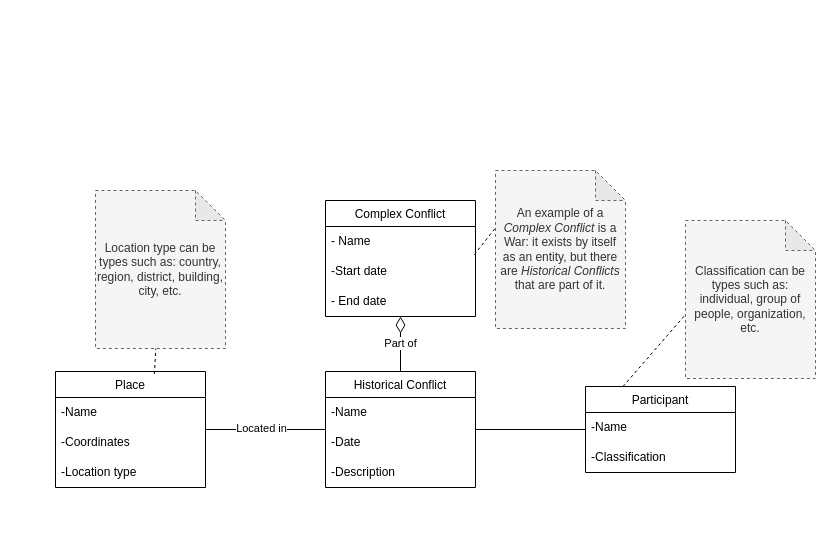
This is page "DomainModel" (3 of 3) of documentation/umls.drawio from DinisSousa2003/Historical-Events-Search-Engine, a draw.io file, before an edit. Source tidied: cells renumbered, new cells numbered last; positions are measured from the earlier drawing's top-left corner, leaving out a move shared by most shapes. Both pictures are drawn from the tidied source at 100%, with x=0, y=0 at pixel (55, 170).
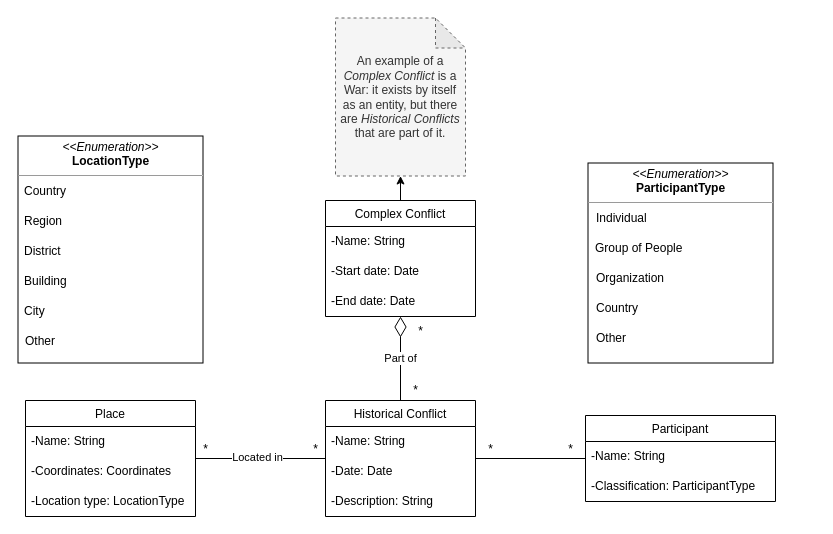
Above is the later version.

Unchanged cells that the change refers to:
```xml
<mxCell id="11" value="Complex Conflict" style="swimlane;fontStyle=0;align=center;verticalAlign=top;horizontal=1;startSize=26;rounded=0;shadow=0;strokeWidth=1;" parent="1" vertex="1">
  <mxGeometry x="270" y="30" width="150" height="116" as="geometry" />
</mxCell>
```

Change to the diagram source:
```diff
@@
-    <mxCell id="3" value="Part of" style="edgeStyle=orthogonalEdgeStyle;rounded=0;jettySize=auto;html=1;entryX=0.5;entryY=1;entryDx=0;entryDy=0;endArrow=diamondThin;endFill=0;strokeWidth=1;endSize=14;" parent="1" edge="1" source="4" target="11">
+    <mxCell id="3" value="Part of" style="edgeStyle=orthogonalEdgeStyle;rounded=0;jettySize=auto;html=1;entryX=0.5;entryY=1;entryDx=0;entryDy=0;endArrow=diamondThin;endFill=0;strokeWidth=1;endSize=18;" parent="1" edge="1" source="4" target="11">
       <mxGeometry relative="1" as="geometry" />
     </mxCell>
     <mxCell id="4" value="Historical Conflict" style="swimlane;fontStyle=0;align=center;verticalAlign=top;horizontal=1;startSize=26;rounded=0;shadow=0;strokeWidth=1;" parent="1" vertex="1">
-      <mxGeometry x="270" y="201" width="150" height="116" as="geometry" />
+      <mxGeometry x="270" y="230" width="150" height="116" as="geometry" />
     </mxCell>
-    <mxCell id="5" value="-Name" style="text;strokeColor=none;fillColor=none;align=left;verticalAlign=middle;spacingLeft=4;spacingRight=4;overflow=hidden;whiteSpace=wrap;html=1;" parent="4" vertex="1">
+    <mxCell id="5" value="-Name: String" style="text;strokeColor=none;fillColor=none;align=left;verticalAlign=middle;spacingLeft=4;spacingRight=4;overflow=hidden;whiteSpace=wrap;html=1;" parent="4" vertex="1">
       <mxGeometry y="26" width="150" height="30" as="geometry" />
     </mxCell>
-    <mxCell id="6" value="-Date" style="text;strokeColor=none;fillColor=none;align=left;verticalAlign=middle;spacingLeft=4;spacingRight=4;overflow=hidden;whiteSpace=wrap;html=1;" parent="4" vertex="1">
+    <mxCell id="6" value="-Date: Date" style="text;strokeColor=none;fillColor=none;align=left;verticalAlign=middle;spacingLeft=4;spacingRight=4;overflow=hidden;whiteSpace=wrap;html=1;" parent="4" vertex="1">
       <mxGeometry y="56" width="150" height="30" as="geometry" />
     </mxCell>
-    <mxCell id="7" value="-Description" style="text;strokeColor=none;fillColor=none;align=left;verticalAlign=middle;spacingLeft=4;spacingRight=4;overflow=hidden;whiteSpace=wrap;html=1;" parent="4" vertex="1">
+    <mxCell id="7" value="-Description: String" style="text;strokeColor=none;fillColor=none;align=left;verticalAlign=middle;spacingLeft=4;spacingRight=4;overflow=hidden;whiteSpace=wrap;html=1;" parent="4" vertex="1">
       <mxGeometry y="86" width="150" height="30" as="geometry" />
     </mxCell>
     <mxCell id="8" value="Participant" style="swimlane;fontStyle=0;align=center;verticalAlign=top;horizontal=1;startSize=26;rounded=0;shadow=0;strokeWidth=1;" parent="1" vertex="1">
-      <mxGeometry x="530" y="216" width="150" height="86" as="geometry" />
+      <mxGeometry x="530" y="245" width="190" height="86" as="geometry" />
     </mxCell>
-    <mxCell id="9" value="-Name" style="text;strokeColor=none;fillColor=none;align=left;verticalAlign=middle;spacingLeft=4;spacingRight=4;overflow=hidden;whiteSpace=wrap;html=1;" parent="8" vertex="1">
-      <mxGeometry y="26" width="150" height="30" as="geometry" />
+    <mxCell id="9" value="-Name: String" style="text;strokeColor=none;fillColor=none;align=left;verticalAlign=middle;spacingLeft=4;spacingRight=4;overflow=hidden;whiteSpace=wrap;html=1;" parent="8" vertex="1">
+      <mxGeometry y="26" width="190" height="30" as="geometry" />
     </mxCell>
-    <mxCell id="10" value="-Classification" style="text;strokeColor=none;fillColor=none;align=left;verticalAlign=middle;spacingLeft=4;spacingRight=4;overflow=hidden;whiteSpace=wrap;html=1;" parent="8" vertex="1">
-      <mxGeometry y="56" width="150" height="30" as="geometry" />
+    <mxCell id="10" value="-Classification: ParticipantType" style="text;strokeColor=none;fillColor=none;align=left;verticalAlign=middle;spacingLeft=4;spacingRight=4;overflow=hidden;whiteSpace=wrap;html=1;" parent="8" vertex="1">
+      <mxGeometry y="56" width="190" height="30" as="geometry" />
     </mxCell>
+    <mxCell id="27" style="edgeStyle=orthogonalEdgeStyle;rounded=0;jettySize=auto;html=1;entryX=0.5;entryY=1;entryDx=0;entryDy=0;entryPerimeter=0;" parent="1" edge="1" source="11" target="15">
+      <mxGeometry relative="1" as="geometry" />
+    </mxCell>
@@
-    <mxCell id="12" value="- Name" style="text;strokeColor=none;fillColor=none;align=left;verticalAlign=middle;spacingLeft=4;spacingRight=4;overflow=hidden;whiteSpace=wrap;html=1;" parent="11" vertex="1">
+    <mxCell id="12" value="-Name: String" style="text;strokeColor=none;fillColor=none;align=left;verticalAlign=middle;spacingLeft=4;spacingRight=4;overflow=hidden;whiteSpace=wrap;html=1;" parent="11" vertex="1">
       <mxGeometry y="26" width="150" height="30" as="geometry" />
     </mxCell>
-    <mxCell id="13" value="-Start date" style="text;strokeColor=none;fillColor=none;align=left;verticalAlign=middle;spacingLeft=4;spacingRight=4;overflow=hidden;points=[[0,0.5],[1,0.5]];portConstraint=eastwest;whiteSpace=wrap;html=1;" parent="11" vertex="1">
+    <mxCell id="13" value="-Start date: Date" style="text;strokeColor=none;fillColor=none;align=left;verticalAlign=middle;spacingLeft=4;spacingRight=4;overflow=hidden;points=[[0,0.5],[1,0.5]];portConstraint=eastwest;whiteSpace=wrap;html=1;" parent="11" vertex="1">
       <mxGeometry y="56" width="150" height="30" as="geometry" />
     </mxCell>
-    <mxCell id="14" value="- End date" style="text;strokeColor=none;fillColor=none;align=left;verticalAlign=middle;spacingLeft=4;spacingRight=4;overflow=hidden;whiteSpace=wrap;html=1;" parent="11" vertex="1">
+    <mxCell id="14" value="-End date: Date" style="text;strokeColor=none;fillColor=none;align=left;verticalAlign=middle;spacingLeft=4;spacingRight=4;overflow=hidden;whiteSpace=wrap;html=1;" parent="11" vertex="1">
       <mxGeometry y="86" width="150" height="30" as="geometry" />
     </mxCell>
     <mxCell id="15" value="An example of a &lt;i&gt;Complex Conflict&lt;/i&gt; is a War: it exists by itself as an entity, but there are &lt;i&gt;Historical Conflicts&lt;/i&gt; that are part of it." style="shape=note;whiteSpace=wrap;html=1;backgroundOutline=1;darkOpacity=0.05;fillColor=#f5f5f5;fontColor=#333333;strokeColor=#666666;dashed=1;" parent="1" vertex="1">
-      <mxGeometry x="440" width="130" height="158" as="geometry" />
+      <mxGeometry x="280" y="-152.5" width="130" height="158" as="geometry" />
     </mxCell>
@@
     <mxCell id="18" value="Place" style="swimlane;fontStyle=0;align=center;verticalAlign=top;horizontal=1;startSize=26;rounded=0;shadow=0;strokeWidth=1;" parent="1" vertex="1">
-      <mxGeometry y="201" width="150" height="116" as="geometry" />
+      <mxGeometry x="-30" y="230" width="170" height="116" as="geometry" />
     </mxCell>
-    <mxCell id="19" value="-Name" style="text;strokeColor=none;fillColor=none;align=left;verticalAlign=middle;spacingLeft=4;spacingRight=4;overflow=hidden;whiteSpace=wrap;html=1;" parent="18" vertex="1">
-      <mxGeometry y="26" width="150" height="30" as="geometry" />
+    <mxCell id="19" value="-Name: String" style="text;strokeColor=none;fillColor=none;align=left;verticalAlign=middle;spacingLeft=4;spacingRight=4;overflow=hidden;whiteSpace=wrap;html=1;" parent="18" vertex="1">
+      <mxGeometry y="26" width="170" height="30" as="geometry" />
     </mxCell>
-    <mxCell id="20" value="-Coordinates" style="text;strokeColor=none;fillColor=none;align=left;verticalAlign=middle;spacingLeft=4;spacingRight=4;overflow=hidden;whiteSpace=wrap;html=1;" parent="18" vertex="1">
-      <mxGeometry y="56" width="150" height="30" as="geometry" />
+    <mxCell id="20" value="-Coordinates: Coordinates" style="text;strokeColor=none;fillColor=none;align=left;verticalAlign=middle;spacingLeft=4;spacingRight=4;overflow=hidden;whiteSpace=wrap;html=1;" parent="18" vertex="1">
+      <mxGeometry y="56" width="170" height="30" as="geometry" />
     </mxCell>
-    <mxCell id="21" value="-Location type" style="text;strokeColor=none;fillColor=none;align=left;verticalAlign=middle;spacingLeft=4;spacingRight=4;overflow=hidden;whiteSpace=wrap;html=1;" parent="18" vertex="1">
-      <mxGeometry y="86" width="150" height="30" as="geometry" />
+    <mxCell id="21" value="-Location type: LocationType" style="text;strokeColor=none;fillColor=none;align=left;verticalAlign=middle;spacingLeft=4;spacingRight=4;overflow=hidden;whiteSpace=wrap;html=1;" parent="18" vertex="1">
+      <mxGeometry y="86" width="170" height="30" as="geometry" />
     </mxCell>
-    <mxCell id="22" value="Classification can be types such as: individual, group of people, organization, etc." style="shape=note;whiteSpace=wrap;html=1;backgroundOutline=1;darkOpacity=0.05;fillColor=#f5f5f5;fontColor=#333333;strokeColor=#666666;dashed=1;" parent="1" vertex="1">
-      <mxGeometry x="630" y="50" width="130" height="158" as="geometry" />
-    </mxCell>
-    <mxCell id="23" value="Location type can be types such as: country, region, district, building, city, etc." style="shape=note;whiteSpace=wrap;html=1;backgroundOutline=1;darkOpacity=0.05;fillColor=#f5f5f5;fontColor=#333333;strokeColor=#666666;dashed=1;" parent="1" vertex="1">
-      <mxGeometry x="40" y="20" width="130" height="158" as="geometry" />
-    </mxCell>
-    <mxCell id="24" style="endArrow=none;dashed=1;html=1;rounded=0;exitX=0.659;exitY=0.021;exitDx=0;exitDy=0;exitPerimeter=0;" parent="1" edge="1" source="18" target="23">
-      <mxGeometry relative="1" as="geometry" />
-    </mxCell>
-    <mxCell id="25" style="endArrow=none;dashed=1;html=1;rounded=0;exitX=0.992;exitY=-0.06;exitDx=0;exitDy=0;exitPerimeter=0;entryX=-0.003;entryY=0.366;entryDx=0;entryDy=0;entryPerimeter=0;" parent="1" edge="1" source="13" target="15">
-      <mxGeometry relative="1" as="geometry" />
-    </mxCell>
-    <mxCell id="26" style="endArrow=none;dashed=1;html=1;rounded=0;entryX=-0.006;entryY=0.601;entryDx=0;entryDy=0;entryPerimeter=0;exitX=0.25;exitY=0;exitDx=0;exitDy=0;" parent="1" edge="1" source="8" target="22">
-      <mxGeometry relative="1" as="geometry" />
-    </mxCell>
+    <mxCell id="28" value="*" style="text;html=1;align=center;verticalAlign=middle;strokeColor=none;fillColor=none;" parent="1" vertex="1">
+      <mxGeometry x="140" y="269" width="20" height="20" as="geometry" />
+    </mxCell>
+    <mxCell id="29" value="*" style="text;html=1;align=center;verticalAlign=middle;strokeColor=none;fillColor=none;" parent="1" vertex="1">
+      <mxGeometry x="245" y="264" width="30" height="30" as="geometry" />
+    </mxCell>
+    <mxCell id="30" value="*" style="text;html=1;align=center;verticalAlign=middle;strokeColor=none;fillColor=none;" parent="1" vertex="1">
+      <mxGeometry x="500" y="264" width="30" height="30" as="geometry" />
+    </mxCell>
+    <mxCell id="31" value="*" style="text;html=1;align=center;verticalAlign=middle;strokeColor=none;fillColor=none;" parent="1" vertex="1">
+      <mxGeometry x="420" y="264" width="30" height="30" as="geometry" />
+    </mxCell>
+    <mxCell id="32" value="*" style="text;html=1;align=center;verticalAlign=middle;strokeColor=none;fillColor=none;" parent="1" vertex="1">
+      <mxGeometry x="345" y="205" width="30" height="30" as="geometry" />
+    </mxCell>
+    <mxCell id="33" value="*" style="text;html=1;align=center;verticalAlign=middle;strokeColor=none;fillColor=none;" parent="1" vertex="1">
+      <mxGeometry x="355" y="151" width="20" height="20" as="geometry" />
+    </mxCell>
+    <mxCell id="34" value="&lt;p style=&quot;margin: 0px ; margin-top: 4px ; text-align: center&quot;&gt;&lt;i&gt;&amp;lt;&amp;lt;Enumeration&amp;gt;&amp;gt;&lt;/i&gt;&lt;br&gt;&lt;b&gt;LocationType&lt;/b&gt;&lt;/p&gt;&lt;hr size=&quot;1&quot;&gt;&lt;p style=&quot;margin: 0px ; margin-left: 4px&quot;&gt;&lt;br&gt;&lt;/p&gt;" style="verticalAlign=top;align=left;overflow=fill;fontSize=12;fontFamily=Helvetica;html=1;" parent="1" vertex="1">
+      <mxGeometry x="-37.5" y="-34.5" width="185" height="227" as="geometry" />
+    </mxCell>
+    <mxCell id="35" value="Country" style="text;strokeColor=none;fillColor=none;align=left;verticalAlign=middle;spacingLeft=4;spacingRight=4;overflow=hidden;whiteSpace=wrap;html=1;" parent="1" vertex="1">
+      <mxGeometry x="-37.5" y="5.5" width="182.5" height="30" as="geometry" />
+    </mxCell>
+    <mxCell id="36" value="Region" style="text;strokeColor=none;fillColor=none;align=left;verticalAlign=middle;spacingLeft=4;spacingRight=4;overflow=hidden;whiteSpace=wrap;html=1;" parent="1" vertex="1">
+      <mxGeometry x="-37.5" y="35.5" width="182.5" height="30" as="geometry" />
+    </mxCell>
+    <mxCell id="37" value="Building" style="text;strokeColor=none;fillColor=none;align=left;verticalAlign=middle;spacingLeft=4;spacingRight=4;overflow=hidden;whiteSpace=wrap;html=1;" parent="1" vertex="1">
+      <mxGeometry x="-37.5" y="95.5" width="182.5" height="30" as="geometry" />
+    </mxCell>
+    <mxCell id="38" value="District" style="text;strokeColor=none;fillColor=none;align=left;verticalAlign=middle;spacingLeft=4;spacingRight=4;overflow=hidden;whiteSpace=wrap;html=1;" parent="1" vertex="1">
+      <mxGeometry x="-37.5" y="65.5" width="182.5" height="30" as="geometry" />
+    </mxCell>
+    <mxCell id="39" value="City" style="text;strokeColor=none;fillColor=none;align=left;verticalAlign=middle;spacingLeft=4;spacingRight=4;overflow=hidden;whiteSpace=wrap;html=1;" parent="1" vertex="1">
+      <mxGeometry x="-37.5" y="125.5" width="182.5" height="30" as="geometry" />
+    </mxCell>
+    <mxCell id="40" value="Other" style="text;strokeColor=none;fillColor=none;align=left;verticalAlign=middle;spacingLeft=4;spacingRight=4;overflow=hidden;whiteSpace=wrap;html=1;" parent="1" vertex="1">
+      <mxGeometry x="-36.2" y="155.5" width="182.5" height="30" as="geometry" />
+    </mxCell>
+    <mxCell id="41" value="&lt;p style=&quot;margin: 0px ; margin-top: 4px ; text-align: center&quot;&gt;&lt;i&gt;&amp;lt;&amp;lt;Enumeration&amp;gt;&amp;gt;&lt;/i&gt;&lt;br&gt;&lt;b&gt;ParticipantType&lt;/b&gt;&lt;/p&gt;&lt;hr size=&quot;1&quot;&gt;&lt;p style=&quot;margin: 0px ; margin-left: 4px&quot;&gt;&lt;br&gt;&lt;/p&gt;" style="verticalAlign=top;align=left;overflow=fill;fontSize=12;fontFamily=Helvetica;html=1;" parent="1" vertex="1">
+      <mxGeometry x="532.5" y="-7.5" width="185" height="200" as="geometry" />
+    </mxCell>
+    <mxCell id="42" value="Individual" style="text;strokeColor=none;fillColor=none;align=left;verticalAlign=middle;spacingLeft=4;spacingRight=4;overflow=hidden;whiteSpace=wrap;html=1;" parent="1" vertex="1">
+      <mxGeometry x="535" y="32.5" width="182.5" height="30" as="geometry" />
+    </mxCell>
+    <mxCell id="43" value="Group of People" style="text;strokeColor=none;fillColor=none;align=left;verticalAlign=middle;spacingLeft=4;spacingRight=4;overflow=hidden;whiteSpace=wrap;html=1;" parent="1" vertex="1">
+      <mxGeometry x="533.8" y="62.5" width="182.5" height="30" as="geometry" />
+    </mxCell>
+    <mxCell id="44" value="Country" style="text;strokeColor=none;fillColor=none;align=left;verticalAlign=middle;spacingLeft=4;spacingRight=4;overflow=hidden;whiteSpace=wrap;html=1;" parent="1" vertex="1">
+      <mxGeometry x="535" y="122.5" width="182.5" height="30" as="geometry" />
+    </mxCell>
+    <mxCell id="45" value="Organization" style="text;strokeColor=none;fillColor=none;align=left;verticalAlign=middle;spacingLeft=4;spacingRight=4;overflow=hidden;whiteSpace=wrap;html=1;" parent="1" vertex="1">
+      <mxGeometry x="535" y="92.5" width="182.5" height="30" as="geometry" />
+    </mxCell>
+    <mxCell id="46" value="Other" style="text;strokeColor=none;fillColor=none;align=left;verticalAlign=middle;spacingLeft=4;spacingRight=4;overflow=hidden;whiteSpace=wrap;html=1;" parent="1" vertex="1">
+      <mxGeometry x="535" y="152.5" width="182.5" height="30" as="geometry" />
+    </mxCell>
```
